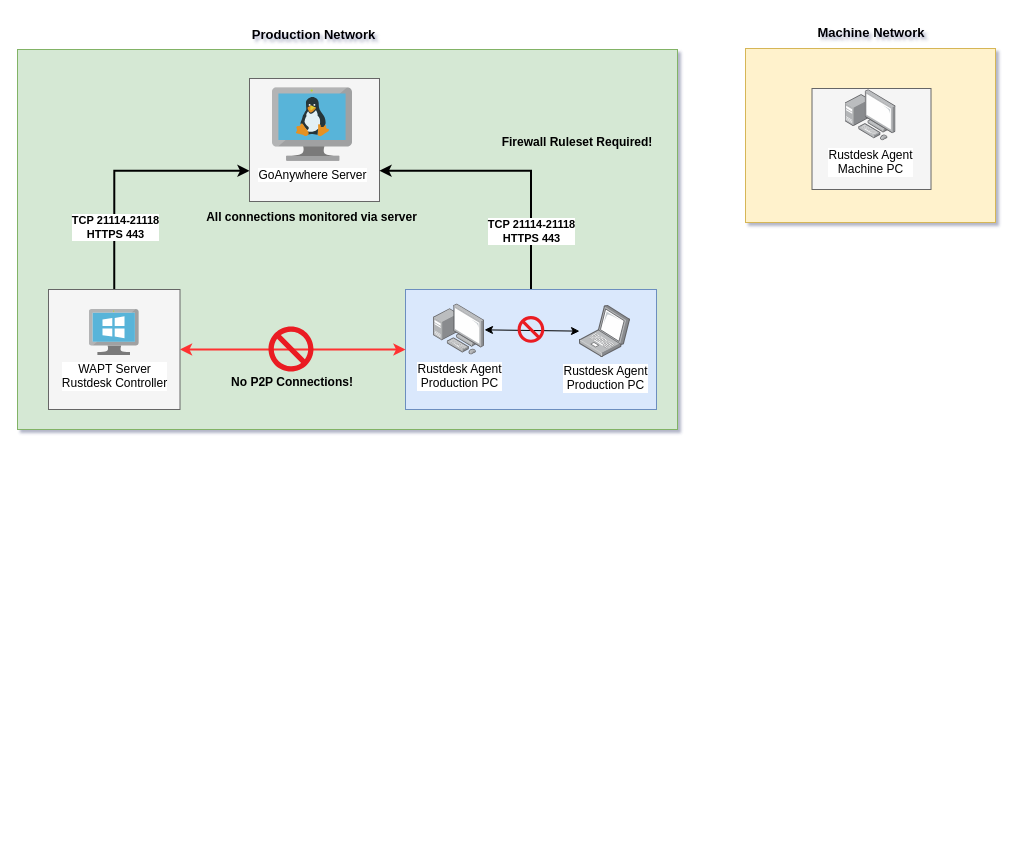
The draw.io diagram goanywhere.drawio in iippam/proyek-01, before the edit. Source tidied: cells renumbered, new cells numbered last; positions are measured from the earlier drawing's top-left corner, leaving out a move shared by most shapes. Both pictures are drawn from the tidied source at 100%, with x=0, y=0 at pixel (17, 17).
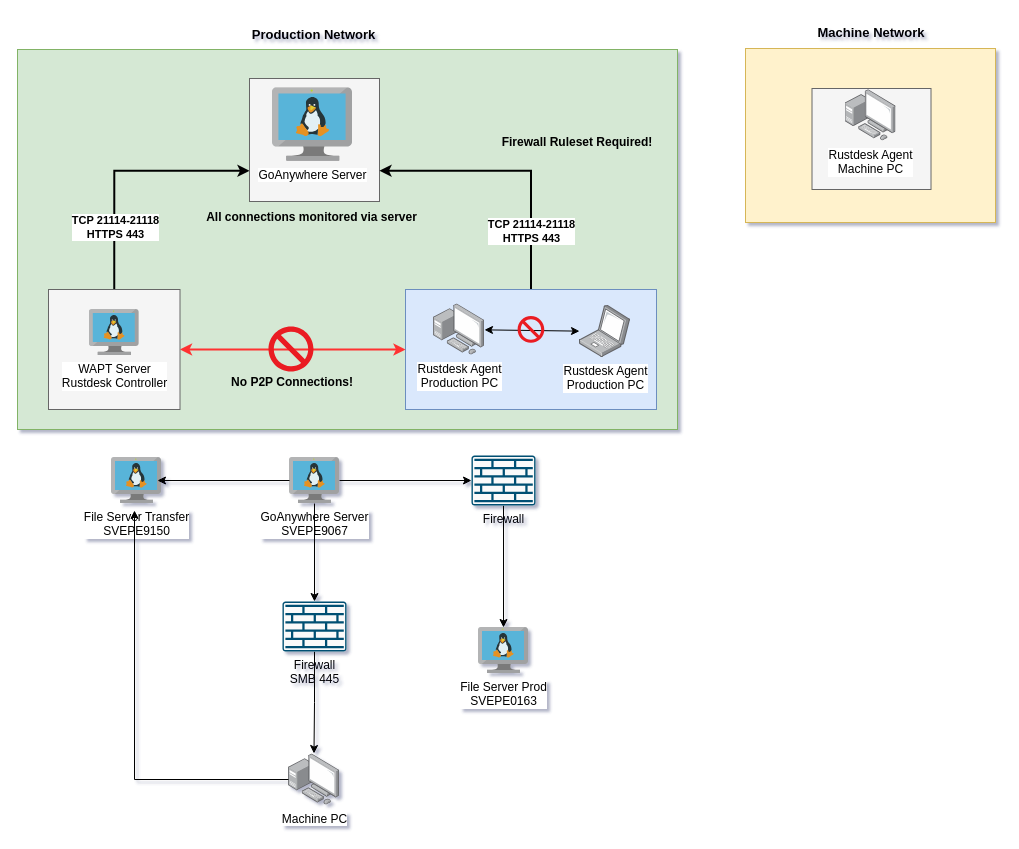
The same diagram, later.

Diff of the diagram source:
```diff
@@
-    <mxCell id="14" value="WAPT Server&lt;div&gt;Rustdesk Controller&lt;/div&gt;" style="image;sketch=0;html=1;align=center;fontSize=12;image=img/lib/mscae/VirtualMachineWindows.svg;" parent="1" vertex="1">
+    <mxCell id="14" value="WAPT Server&lt;div&gt;Rustdesk Controller&lt;/div&gt;" style="sketch=0;html=1;align=center;fontSize=12;image=img/lib/mscae/VM_Linux.svg;shape=image;labelBackgroundColor=default;verticalAlign=top;verticalLabelPosition=bottom;" parent="1" vertex="1">
       <mxGeometry x="71.8" y="292" width="50" height="46" as="geometry" />
     </mxCell>
@@
+    <mxCell id="26" value="GoAnywhere Server&lt;br&gt;SVEPE9067" style="image;sketch=0;html=1;points=[];align=center;fontSize=12;image=img/lib/mscae/VM_Linux.svg;" parent="1" vertex="1">
+      <mxGeometry x="272" y="440" width="50" height="46" as="geometry" />
+    </mxCell>
+    <mxCell id="27" value="File Server Prod&lt;br&gt;SVEPE0163" style="image;sketch=0;html=1;points=[];align=center;fontSize=12;image=img/lib/mscae/VM_Linux.svg;" parent="1" vertex="1">
+      <mxGeometry x="461" y="610" width="50" height="46" as="geometry" />
+    </mxCell>
+    <mxCell id="28" value="File Server Transfer&lt;br&gt;SVEPE9150" style="image;sketch=0;html=1;points=[];align=center;fontSize=12;image=img/lib/mscae/VM_Linux.svg;" parent="1" vertex="1">
+      <mxGeometry x="94" y="440" width="50" height="46" as="geometry" />
+    </mxCell>
+    <mxCell id="29" style="edgeStyle=orthogonalEdgeStyle;rounded=0;jettySize=auto;html=1;exitX=0.5;exitY=1;exitDx=0;exitDy=0;exitPerimeter=0;" parent="1" edge="1" source="30" target="27">
+      <mxGeometry relative="1" as="geometry" />
+    </mxCell>
+    <mxCell id="30" value="Firewall" style="sketch=0;points=[[0.015,0.015,0],[0.985,0.015,0],[0.985,0.985,0],[0.015,0.985,0],[0.25,0,0],[0.5,0,0],[0.75,0,0],[1,0.25,0],[1,0.5,0],[1,0.75,0],[0.75,1,0],[0.5,1,0],[0.25,1,0],[0,0.75,0],[0,0.5,0],[0,0.25,0]];verticalLabelPosition=bottom;html=1;verticalAlign=top;align=center;shape=mxgraph.cisco19.rect;prIcon=firewall;fillColor=#FAFAFA;strokeColor=#005073;" parent="1" vertex="1">
+      <mxGeometry x="454" y="438" width="64" height="50" as="geometry" />
+    </mxCell>
+    <mxCell id="31" style="edgeStyle=orthogonalEdgeStyle;rounded=0;jettySize=auto;html=1;entryX=0;entryY=0.5;entryDx=0;entryDy=0;entryPerimeter=0;" parent="1" edge="1" source="26" target="30">
+      <mxGeometry relative="1" as="geometry" />
+    </mxCell>
+    <mxCell id="32" style="edgeStyle=orthogonalEdgeStyle;rounded=0;jettySize=auto;html=1;entryX=0.92;entryY=0.5;entryDx=0;entryDy=0;entryPerimeter=0;" parent="1" edge="1" source="26" target="28">
+      <mxGeometry relative="1" as="geometry" />
+    </mxCell>
+    <mxCell id="33" value="&lt;div&gt;Machine PC&lt;/div&gt;" style="sketch=0;shadow=0;dashed=0;html=1;strokeColor=none;fillColor=#00BEF2;labelPosition=center;verticalLabelPosition=bottom;verticalAlign=top;outlineConnect=0;align=center;shape=image;labelBackgroundColor=default;points=[];image=img/lib/allied_telesis/computer_and_terminals/Personal_Computer_with_Server.svg;" parent="1" vertex="1">
+      <mxGeometry x="271" y="736" width="51" height="52" as="geometry" />
+    </mxCell>
+    <mxCell id="34" style="edgeStyle=orthogonalEdgeStyle;rounded=0;jettySize=auto;html=1;entryX=0.46;entryY=1.152;entryDx=0;entryDy=0;entryPerimeter=0;" parent="1" edge="1" source="33" target="28">
+      <mxGeometry relative="1" as="geometry" />
+    </mxCell>
+    <mxCell id="35" style="edgeStyle=orthogonalEdgeStyle;rounded=0;jettySize=auto;html=1;" parent="1" edge="1" source="36" target="33">
+      <mxGeometry relative="1" as="geometry" />
+    </mxCell>
+    <mxCell id="36" value="Firewall&lt;br&gt;SMB 445" style="sketch=0;points=[[0.015,0.015,0],[0.985,0.015,0],[0.985,0.985,0],[0.015,0.985,0],[0.25,0,0],[0.5,0,0],[0.75,0,0],[1,0.25,0],[1,0.5,0],[1,0.75,0],[0.75,1,0],[0.5,1,0],[0.25,1,0],[0,0.75,0],[0,0.5,0],[0,0.25,0]];verticalLabelPosition=bottom;html=1;verticalAlign=top;align=center;shape=mxgraph.cisco19.rect;prIcon=firewall;fillColor=#FAFAFA;strokeColor=#005073;" parent="1" vertex="1">
+      <mxGeometry x="265" y="584" width="64" height="50" as="geometry" />
+    </mxCell>
+    <mxCell id="37" style="edgeStyle=orthogonalEdgeStyle;rounded=0;jettySize=auto;html=1;entryX=0.5;entryY=0;entryDx=0;entryDy=0;entryPerimeter=0;" parent="1" edge="1" source="26" target="36">
+      <mxGeometry relative="1" as="geometry" />
+    </mxCell>
```
